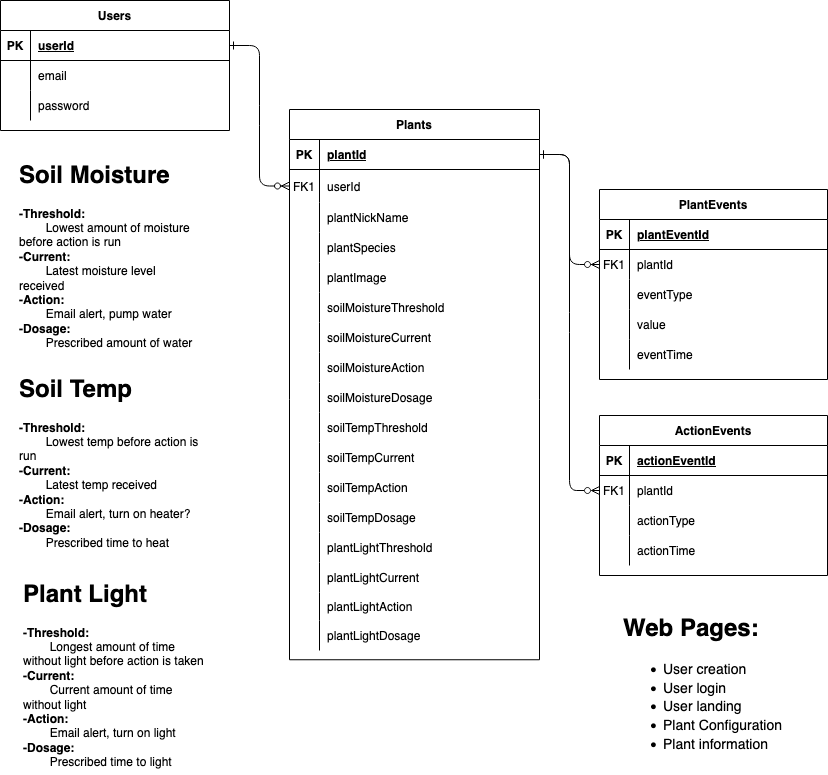
Earlier version of the draw.io export Diagrams/dbDiagram.drawio.png (Byron-Hodel/brawndo-bros). Source tidied: cells renumbered, new cells last; positions are measured from the earlier drawing's top-left corner, leaving out a move shared by most shapes.
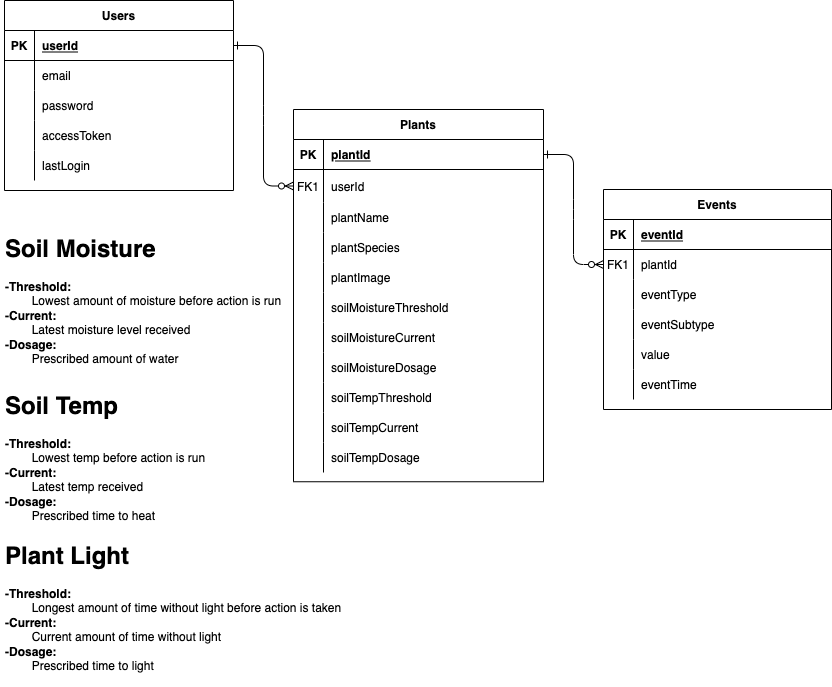
After the change.

Change to the diagram source:
```diff
@@ -11,3 +11,3 @@
     <mxCell id="4" value="Plants" style="shape=table;startSize=30;rowLines=0;fontStyle=1;align=center;" parent="1" vertex="1">
-      <mxGeometry x="289" y="109" width="250" height="550.2" as="geometry" />
+      <mxGeometry x="289" y="109" width="250" height="372.2" as="geometry" />
     </mxCell>
@@ -37,3 +37,3 @@
     </mxCell>
-    <mxCell id="13" value="plantNickName" style="shape=partialRectangle;overflow=hidden;fillColor=none;top=0;left=0;bottom=0;right=0;align=left;spacingLeft=6;" parent="11" vertex="1">
+    <mxCell id="13" value="plantName" style="shape=partialRectangle;overflow=hidden;fillColor=none;top=0;left=0;bottom=0;right=0;align=left;spacingLeft=6;" parent="11" vertex="1">
       <mxGeometry x="30" width="220" height="30" as="geometry" />
@@ -76,13 +76,4 @@
     </mxCell>
-    <mxCell id="26" style="shape=partialRectangle;fillColor=none;top=0;left=0;right=0;bottom=0;" parent="4" vertex="1">
-      <mxGeometry y="243" width="250" height="30" as="geometry" />
-    </mxCell>
-    <mxCell id="27" style="shape=partialRectangle;overflow=hidden;fillColor=none;top=0;left=0;bottom=0;right=0;" parent="26" vertex="1">
-      <mxGeometry width="30" height="30" as="geometry" />
-    </mxCell>
-    <mxCell id="28" value="soilMoistureAction" style="shape=partialRectangle;overflow=hidden;fillColor=none;top=0;left=0;bottom=0;right=0;align=left;spacingLeft=6;" parent="26" vertex="1">
-      <mxGeometry x="30" width="220" height="30" as="geometry" />
-    </mxCell>
     <mxCell id="29" style="shape=partialRectangle;fillColor=none;top=0;left=0;right=0;bottom=0;" parent="4" vertex="1">
-      <mxGeometry y="273" width="250" height="30" as="geometry" />
+      <mxGeometry y="243" width="250" height="30" as="geometry" />
     </mxCell>
@@ -95,3 +86,3 @@
     <mxCell id="32" style="shape=partialRectangle;fillColor=none;top=0;left=0;right=0;bottom=0;" parent="4" vertex="1">
-      <mxGeometry y="303" width="250" height="30" as="geometry" />
+      <mxGeometry y="273" width="250" height="30" as="geometry" />
     </mxCell>
@@ -104,3 +95,3 @@
     <mxCell id="35" style="shape=partialRectangle;fillColor=none;top=0;left=0;right=0;bottom=0;" parent="4" vertex="1">
-      <mxGeometry y="333" width="250" height="30" as="geometry" />
+      <mxGeometry y="303" width="250" height="30" as="geometry" />
     </mxCell>
@@ -112,13 +103,4 @@
     </mxCell>
-    <mxCell id="38" style="shape=partialRectangle;fillColor=none;top=0;left=0;right=0;bottom=0;" parent="4" vertex="1">
-      <mxGeometry y="363" width="250" height="30" as="geometry" />
-    </mxCell>
-    <mxCell id="39" style="shape=partialRectangle;overflow=hidden;fillColor=none;top=0;left=0;bottom=0;right=0;" parent="38" vertex="1">
-      <mxGeometry width="30" height="30" as="geometry" />
-    </mxCell>
-    <mxCell id="40" value="soilTempAction" style="shape=partialRectangle;overflow=hidden;fillColor=none;top=0;left=0;bottom=0;right=0;align=left;spacingLeft=6;" parent="38" vertex="1">
-      <mxGeometry x="30" width="220" height="30" as="geometry" />
-    </mxCell>
     <mxCell id="41" style="shape=partialRectangle;fillColor=none;top=0;left=0;right=0;bottom=0;" parent="4" vertex="1">
-      <mxGeometry y="393" width="250" height="30" as="geometry" />
+      <mxGeometry y="333" width="250" height="30" as="geometry" />
     </mxCell>
@@ -130,40 +112,4 @@
     </mxCell>
-    <mxCell id="44" style="shape=partialRectangle;fillColor=none;top=0;left=0;right=0;bottom=0;" parent="4" vertex="1">
-      <mxGeometry y="423" width="250" height="30" as="geometry" />
-    </mxCell>
-    <mxCell id="45" style="shape=partialRectangle;overflow=hidden;fillColor=none;top=0;left=0;bottom=0;right=0;" parent="44" vertex="1">
-      <mxGeometry width="30" height="30" as="geometry" />
-    </mxCell>
-    <mxCell id="46" value="plantLightThreshold" style="shape=partialRectangle;overflow=hidden;fillColor=none;top=0;left=0;bottom=0;right=0;align=left;spacingLeft=6;" parent="44" vertex="1">
-      <mxGeometry x="30" width="220" height="30" as="geometry" />
-    </mxCell>
-    <mxCell id="47" style="shape=partialRectangle;fillColor=none;top=0;left=0;right=0;bottom=0;" parent="4" vertex="1">
-      <mxGeometry y="453" width="250" height="30" as="geometry" />
-    </mxCell>
-    <mxCell id="48" style="shape=partialRectangle;overflow=hidden;fillColor=none;top=0;left=0;bottom=0;right=0;" parent="47" vertex="1">
-      <mxGeometry width="30" height="30" as="geometry" />
-    </mxCell>
-    <mxCell id="49" value="plantLightCurrent" style="shape=partialRectangle;overflow=hidden;fillColor=none;top=0;left=0;bottom=0;right=0;align=left;spacingLeft=6;" parent="47" vertex="1">
-      <mxGeometry x="30" width="220" height="30" as="geometry" />
-    </mxCell>
-    <mxCell id="50" style="shape=partialRectangle;fillColor=none;top=0;left=0;right=0;bottom=0;" parent="4" vertex="1">
-      <mxGeometry y="483" width="250" height="28" as="geometry" />
-    </mxCell>
-    <mxCell id="51" style="shape=partialRectangle;overflow=hidden;fillColor=none;top=0;left=0;bottom=0;right=0;" parent="50" vertex="1">
-      <mxGeometry width="30" height="28" as="geometry" />
-    </mxCell>
-    <mxCell id="52" value="plantLightAction" style="shape=partialRectangle;overflow=hidden;fillColor=none;top=0;left=0;bottom=0;right=0;align=left;spacingLeft=6;" parent="50" vertex="1">
-      <mxGeometry x="30" width="220" height="28" as="geometry" />
-    </mxCell>
-    <mxCell id="53" style="shape=partialRectangle;fillColor=none;top=0;left=0;right=0;bottom=0;" parent="4" vertex="1">
-      <mxGeometry y="511" width="250" height="30" as="geometry" />
-    </mxCell>
-    <mxCell id="54" style="shape=partialRectangle;overflow=hidden;fillColor=none;top=0;left=0;bottom=0;right=0;" parent="53" vertex="1">
-      <mxGeometry width="30" height="30" as="geometry" />
-    </mxCell>
-    <mxCell id="55" value="plantLightDosage" style="shape=partialRectangle;overflow=hidden;fillColor=none;top=0;left=0;bottom=0;right=0;align=left;spacingLeft=6;" parent="53" vertex="1">
-      <mxGeometry x="30" width="220" height="30" as="geometry" />
-    </mxCell>
-    <mxCell id="56" value="PlantEvents" style="shape=table;startSize=30;rowLines=0;fontStyle=1;align=center;" parent="1" vertex="1">
-      <mxGeometry x="599" y="189" width="228" height="190" as="geometry" />
+    <mxCell id="56" value="Events" style="shape=table;startSize=30;rowLines=0;fontStyle=1;align=center;" parent="1" vertex="1">
+      <mxGeometry x="599" y="189" width="228" height="220" as="geometry" />
     </mxCell>
@@ -175,3 +121,3 @@
     </mxCell>
-    <mxCell id="59" value="plantEventId" style="shape=partialRectangle;overflow=hidden;fillColor=none;top=0;left=0;bottom=0;right=0;align=left;spacingLeft=6;fontStyle=5;" parent="57" vertex="1">
+    <mxCell id="59" value="eventId" style="shape=partialRectangle;overflow=hidden;fillColor=none;top=0;left=0;bottom=0;right=0;align=left;spacingLeft=6;fontStyle=5;" parent="57" vertex="1">
       <mxGeometry x="30" width="198" height="30" as="geometry" />
@@ -196,4 +142,13 @@
     </mxCell>
+    <mxCell id="95" style="shape=partialRectangle;fillColor=none;top=0;left=0;right=0;bottom=0;" parent="56" vertex="1">
+      <mxGeometry y="120" width="228" height="30" as="geometry" />
+    </mxCell>
+    <mxCell id="100" style="shape=partialRectangle;overflow=hidden;fillColor=none;top=0;left=0;bottom=0;right=0;" parent="95" vertex="1">
+      <mxGeometry width="30" height="30" as="geometry" />
+    </mxCell>
+    <mxCell id="101" value="eventSubtype" style="shape=partialRectangle;overflow=hidden;fillColor=none;top=0;left=0;bottom=0;right=0;align=left;spacingLeft=6;" parent="95" vertex="1">
+      <mxGeometry x="30" width="198" height="30" as="geometry" />
+    </mxCell>
     <mxCell id="66" style="shape=partialRectangle;fillColor=none;top=0;left=0;right=0;bottom=0;" parent="56" vertex="1">
-      <mxGeometry y="120" width="228" height="30" as="geometry" />
+      <mxGeometry y="150" width="228" height="30" as="geometry" />
     </mxCell>
@@ -206,3 +161,3 @@
     <mxCell id="69" style="shape=partialRectangle;fillColor=none;top=0;left=0;right=0;bottom=0;" parent="56" vertex="1">
-      <mxGeometry y="150" width="228" height="30" as="geometry" />
+      <mxGeometry y="180" width="228" height="30" as="geometry" />
     </mxCell>
@@ -215,3 +170,3 @@
     <mxCell id="72" value="Users" style="shape=table;startSize=30;rowLines=0;fontStyle=1;align=center;" parent="1" vertex="1">
-      <mxGeometry width="229" height="130" as="geometry" />
+      <mxGeometry width="229" height="190" as="geometry" />
     </mxCell>
@@ -244,56 +199,29 @@
     </mxCell>
+    <mxCell id="102" style="shape=partialRectangle;fillColor=none;top=0;left=0;right=0;bottom=0;" parent="72" vertex="1">
+      <mxGeometry y="120" width="229" height="30" as="geometry" />
+    </mxCell>
+    <mxCell id="103" style="shape=partialRectangle;overflow=hidden;fillColor=none;top=0;left=0;bottom=0;right=0;" parent="102" vertex="1">
+      <mxGeometry width="30" height="30" as="geometry" />
+    </mxCell>
+    <mxCell id="104" value="accessToken" style="shape=partialRectangle;overflow=hidden;fillColor=none;top=0;left=0;bottom=0;right=0;align=left;spacingLeft=6;" parent="102" vertex="1">
+      <mxGeometry x="30" width="199" height="30" as="geometry" />
+    </mxCell>
+    <mxCell id="105" style="shape=partialRectangle;fillColor=none;top=0;left=0;right=0;bottom=0;" parent="72" vertex="1">
+      <mxGeometry y="150" width="229" height="30" as="geometry" />
+    </mxCell>
+    <mxCell id="106" style="shape=partialRectangle;overflow=hidden;fillColor=none;top=0;left=0;bottom=0;right=0;" parent="105" vertex="1">
+      <mxGeometry width="30" height="30" as="geometry" />
+    </mxCell>
+    <mxCell id="107" value="lastLogin" style="shape=partialRectangle;overflow=hidden;fillColor=none;top=0;left=0;bottom=0;right=0;align=left;spacingLeft=6;" parent="105" vertex="1">
+      <mxGeometry x="30" width="199" height="30" as="geometry" />
+    </mxCell>
-    <mxCell id="82" value="&lt;h1&gt;Soil Moisture&lt;/h1&gt;&lt;div&gt;&lt;b&gt;-Threshold:&lt;/b&gt;&lt;/div&gt;&lt;div&gt;&lt;span style=&quot;white-space: pre&quot;&gt;&#9;&lt;/span&gt;Lowest amount of moisture before action is run&lt;/div&gt;&lt;div&gt;&lt;b&gt;-Current:&lt;/b&gt;&lt;/div&gt;&lt;div&gt;&lt;span style=&quot;white-space: pre&quot;&gt;&#9;&lt;/span&gt;Latest moisture level received&lt;/div&gt;&lt;div&gt;&lt;b&gt;-Action:&lt;/b&gt;&lt;/div&gt;&lt;div&gt;&lt;span style=&quot;white-space: pre&quot;&gt;&#9;&lt;/span&gt;Email alert, pump water&lt;/div&gt;&lt;div&gt;&lt;b&gt;-Dosage:&lt;/b&gt;&lt;/div&gt;&lt;div&gt;&lt;span style=&quot;white-space: pre&quot;&gt;&#9;&lt;/span&gt;Prescribed amount of water&lt;/div&gt;&lt;div&gt;&lt;br&gt;&lt;/div&gt;" style="text;html=1;strokeColor=none;fillColor=none;spacing=5;spacingTop=-20;whiteSpace=wrap;overflow=hidden;rounded=0;" parent="1" vertex="1">
-      <mxGeometry x="14" y="156" width="190" height="194" as="geometry" />
+    <mxCell id="82" value="&lt;h1&gt;Soil Moisture&lt;/h1&gt;&lt;div&gt;&lt;b&gt;-Threshold:&lt;/b&gt;&lt;/div&gt;&lt;div&gt;&lt;span style=&quot;white-space: pre&quot;&gt;&#9;&lt;/span&gt;Lowest amount of moisture before action is run&lt;/div&gt;&lt;div&gt;&lt;b&gt;-Current:&lt;/b&gt;&lt;/div&gt;&lt;div&gt;&lt;span style=&quot;white-space: pre&quot;&gt;&#9;&lt;/span&gt;Latest moisture level received&lt;/div&gt;&lt;div&gt;&lt;b&gt;-Dosage:&lt;/b&gt;&lt;/div&gt;&lt;div&gt;&lt;span style=&quot;white-space: pre&quot;&gt;&#9;&lt;/span&gt;Prescribed amount of water&lt;/div&gt;&lt;div&gt;&lt;br&gt;&lt;/div&gt;" style="text;html=1;strokeColor=none;fillColor=none;spacing=5;spacingTop=-20;whiteSpace=wrap;overflow=hidden;rounded=0;" parent="1" vertex="1">
+      <mxGeometry x="-4" y="229" width="287" height="147" as="geometry" />
     </mxCell>
-    <mxCell id="83" value="&lt;h1&gt;Soil Temp&lt;/h1&gt;&lt;div&gt;&lt;b&gt;-Threshold:&lt;/b&gt;&lt;/div&gt;&lt;div&gt;&lt;span style=&quot;white-space: pre&quot;&gt;&#9;&lt;/span&gt;Lowest temp before action is run&lt;br&gt;&lt;/div&gt;&lt;div&gt;&lt;b&gt;-Current:&lt;/b&gt;&lt;/div&gt;&lt;div&gt;&lt;span style=&quot;white-space: pre&quot;&gt;&#9;&lt;/span&gt;Latest temp received&lt;/div&gt;&lt;div&gt;&lt;b&gt;-Action:&lt;/b&gt;&lt;/div&gt;&lt;div&gt;&lt;span style=&quot;white-space: pre&quot;&gt;&#9;&lt;/span&gt;Email alert, turn on heater?&lt;br&gt;&lt;/div&gt;&lt;div&gt;&lt;b&gt;-Dosage:&lt;/b&gt;&lt;/div&gt;&lt;div&gt;&lt;span style=&quot;white-space: pre&quot;&gt;&#9;&lt;/span&gt;Prescribed time to heat&lt;br&gt;&lt;/div&gt;&lt;div&gt;&lt;br&gt;&lt;/div&gt;" style="text;html=1;strokeColor=none;fillColor=none;spacing=5;spacingTop=-20;whiteSpace=wrap;overflow=hidden;rounded=0;" parent="1" vertex="1">
-      <mxGeometry x="14" y="370" width="190" height="186" as="geometry" />
+    <mxCell id="83" value="&lt;h1&gt;Soil Temp&lt;/h1&gt;&lt;div&gt;&lt;b&gt;-Threshold:&lt;/b&gt;&lt;/div&gt;&lt;div&gt;&lt;span style=&quot;white-space: pre&quot;&gt;&#9;&lt;/span&gt;Lowest temp before action is run&lt;br&gt;&lt;/div&gt;&lt;div&gt;&lt;b&gt;-Current:&lt;/b&gt;&lt;/div&gt;&lt;div&gt;&lt;span style=&quot;white-space: pre&quot;&gt;&#9;&lt;/span&gt;Latest temp received&lt;/div&gt;&lt;div&gt;&lt;b&gt;-Dosage:&lt;/b&gt;&lt;/div&gt;&lt;div&gt;&lt;span style=&quot;white-space: pre&quot;&gt;&#9;&lt;/span&gt;Prescribed time to heat&lt;br&gt;&lt;/div&gt;&lt;div&gt;&lt;br&gt;&lt;/div&gt;" style="text;html=1;strokeColor=none;fillColor=none;spacing=5;spacingTop=-20;whiteSpace=wrap;overflow=hidden;rounded=0;" parent="1" vertex="1">
+      <mxGeometry x="-4" y="386" width="227" height="150" as="geometry" />
     </mxCell>
-    <mxCell id="84" value="&lt;h1&gt;Plant Light&lt;/h1&gt;&lt;div&gt;&lt;b&gt;-Threshold:&lt;/b&gt;&lt;/div&gt;&lt;div&gt;&lt;span style=&quot;white-space: pre&quot;&gt;&#9;&lt;/span&gt;Longest amount of time without light before action is taken&lt;br&gt;&lt;/div&gt;&lt;div&gt;&lt;b&gt;-Current:&lt;/b&gt;&lt;/div&gt;&lt;div&gt;&lt;span style=&quot;white-space: pre&quot;&gt;&#9;&lt;/span&gt;Current amount of time without light&lt;br&gt;&lt;/div&gt;&lt;div&gt;&lt;b&gt;-Action:&lt;/b&gt;&lt;/div&gt;&lt;div&gt;&lt;span style=&quot;white-space: pre&quot;&gt;&#9;&lt;/span&gt;Email alert, turn on light&lt;br&gt;&lt;/div&gt;&lt;div&gt;&lt;b&gt;-Dosage:&lt;/b&gt;&lt;/div&gt;&lt;div&gt;&lt;span style=&quot;white-space: pre&quot;&gt;&#9;&lt;/span&gt;Prescribed time to light&lt;br&gt;&lt;/div&gt;&lt;div&gt;&lt;br&gt;&lt;/div&gt;" style="text;html=1;strokeColor=none;fillColor=none;spacing=5;spacingTop=-20;whiteSpace=wrap;overflow=hidden;rounded=0;" parent="1" vertex="1">
-      <mxGeometry x="18" y="575" width="190" height="199" as="geometry" />
+    <mxCell id="84" value="&lt;h1&gt;Plant Light&lt;/h1&gt;&lt;div&gt;&lt;b&gt;-Threshold:&lt;/b&gt;&lt;/div&gt;&lt;div&gt;&lt;span style=&quot;white-space: pre&quot;&gt;&#9;&lt;/span&gt;Longest amount of time without light before action is taken&lt;br&gt;&lt;/div&gt;&lt;div&gt;&lt;b&gt;-Current:&lt;/b&gt;&lt;/div&gt;&lt;div&gt;&lt;span style=&quot;white-space: pre&quot;&gt;&#9;&lt;/span&gt;Current amount of time without light&lt;/div&gt;&lt;div&gt;&lt;b&gt;-Dosage:&lt;/b&gt;&lt;/div&gt;&lt;div&gt;&lt;span style=&quot;white-space: pre&quot;&gt;&#9;&lt;/span&gt;Prescribed time to light&lt;br&gt;&lt;/div&gt;&lt;div&gt;&lt;br&gt;&lt;/div&gt;" style="text;html=1;strokeColor=none;fillColor=none;spacing=5;spacingTop=-20;whiteSpace=wrap;overflow=hidden;rounded=0;" parent="1" vertex="1">
+      <mxGeometry x="-4" y="536" width="353" height="150" as="geometry" />
     </mxCell>
-    <mxCell id="85" value="ActionEvents" style="shape=table;startSize=30;rowLines=0;fontStyle=1;align=center;" parent="1" vertex="1">
-      <mxGeometry x="599" y="415" width="228" height="160" as="geometry" />
-    </mxCell>
-    <mxCell id="86" style="shape=partialRectangle;fillColor=none;top=0;left=0;right=0;bottom=1;" parent="85" vertex="1">
-      <mxGeometry y="30" width="228" height="30" as="geometry" />
-    </mxCell>
-    <mxCell id="87" value="PK" style="shape=partialRectangle;overflow=hidden;fillColor=none;top=0;left=0;bottom=0;right=0;fontStyle=1;" parent="86" vertex="1">
-      <mxGeometry width="30" height="30" as="geometry" />
-    </mxCell>
-    <mxCell id="88" value="actionEventId" style="shape=partialRectangle;overflow=hidden;fillColor=none;top=0;left=0;bottom=0;right=0;align=left;spacingLeft=6;fontStyle=5;" parent="86" vertex="1">
-      <mxGeometry x="30" width="198" height="30" as="geometry" />
-    </mxCell>
-    <mxCell id="89" style="shape=partialRectangle;fillColor=none;points=[[0,0.5],[1,0.5]];portConstraint=eastwest;top=0;left=0;right=0;bottom=0;" parent="85" vertex="1">
-      <mxGeometry y="60" width="228" height="30" as="geometry" />
-    </mxCell>
-    <mxCell id="90" value="FK1" style="shape=partialRectangle;overflow=hidden;fillColor=none;top=0;left=0;bottom=0;right=0;" parent="89" vertex="1">
-      <mxGeometry width="30" height="30" as="geometry" />
-    </mxCell>
-    <mxCell id="91" value="plantId" style="shape=partialRectangle;overflow=hidden;fillColor=none;top=0;left=0;bottom=0;right=0;align=left;spacingLeft=6;" parent="89" vertex="1">
-      <mxGeometry x="30" width="198" height="30" as="geometry" />
-    </mxCell>
-    <mxCell id="92" style="shape=partialRectangle;fillColor=none;top=0;left=0;right=0;bottom=0;" parent="85" vertex="1">
-      <mxGeometry y="90" width="228" height="30" as="geometry" />
-    </mxCell>
-    <mxCell id="93" style="shape=partialRectangle;overflow=hidden;fillColor=none;top=0;left=0;bottom=0;right=0;" parent="92" vertex="1">
-      <mxGeometry width="30" height="30" as="geometry" />
-    </mxCell>
-    <mxCell id="94" value="actionType" style="shape=partialRectangle;overflow=hidden;fillColor=none;top=0;left=0;bottom=0;right=0;align=left;spacingLeft=6;" parent="92" vertex="1">
-      <mxGeometry x="30" width="198" height="30" as="geometry" />
-    </mxCell>
-    <mxCell id="95" style="shape=partialRectangle;fillColor=none;top=0;left=0;right=0;bottom=0;" parent="85" vertex="1">
-      <mxGeometry y="120" width="228" height="30" as="geometry" />
-    </mxCell>
-    <mxCell id="96" style="shape=partialRectangle;overflow=hidden;fillColor=none;top=0;left=0;bottom=0;right=0;" parent="95" vertex="1">
-      <mxGeometry width="30" height="30" as="geometry" />
-    </mxCell>
-    <mxCell id="97" value="actionTime" style="shape=partialRectangle;overflow=hidden;fillColor=none;top=0;left=0;bottom=0;right=0;align=left;spacingLeft=6;" parent="95" vertex="1">
-      <mxGeometry x="30" width="198" height="30" as="geometry" />
-    </mxCell>
-    <mxCell id="98" style="edgeStyle=entityRelationEdgeStyle;rounded=1;jettySize=auto;html=1;exitX=1;exitY=0.5;exitDx=0;exitDy=0;endArrow=ERzeroToMany;endFill=0;startArrow=ERone;startFill=0;" parent="1" edge="1" source="5" target="89">
-      <mxGeometry relative="1" as="geometry" />
-    </mxCell>
-    <mxCell id="99" value="&lt;h1 style=&quot;font-size: 24px&quot;&gt;Web Pages:&lt;br&gt;&lt;/h1&gt;&lt;ul style=&quot;font-size: 14px&quot;&gt;&lt;li&gt;User creation&lt;/li&gt;&lt;li&gt;User login&lt;/li&gt;&lt;li&gt;User landing&lt;br&gt;&lt;/li&gt;&lt;li&gt;Plant Configuration &lt;br&gt;&lt;/li&gt;&lt;li&gt;Plant information&lt;br&gt;&lt;/li&gt;&lt;/ul&gt;" style="text;html=1;strokeColor=none;fillColor=none;spacing=5;spacingTop=-20;whiteSpace=wrap;overflow=hidden;rounded=0;" parent="1" vertex="1">
-      <mxGeometry x="618" y="609" width="190" height="150" as="geometry" />
-    </mxCell>
   </root>
```
